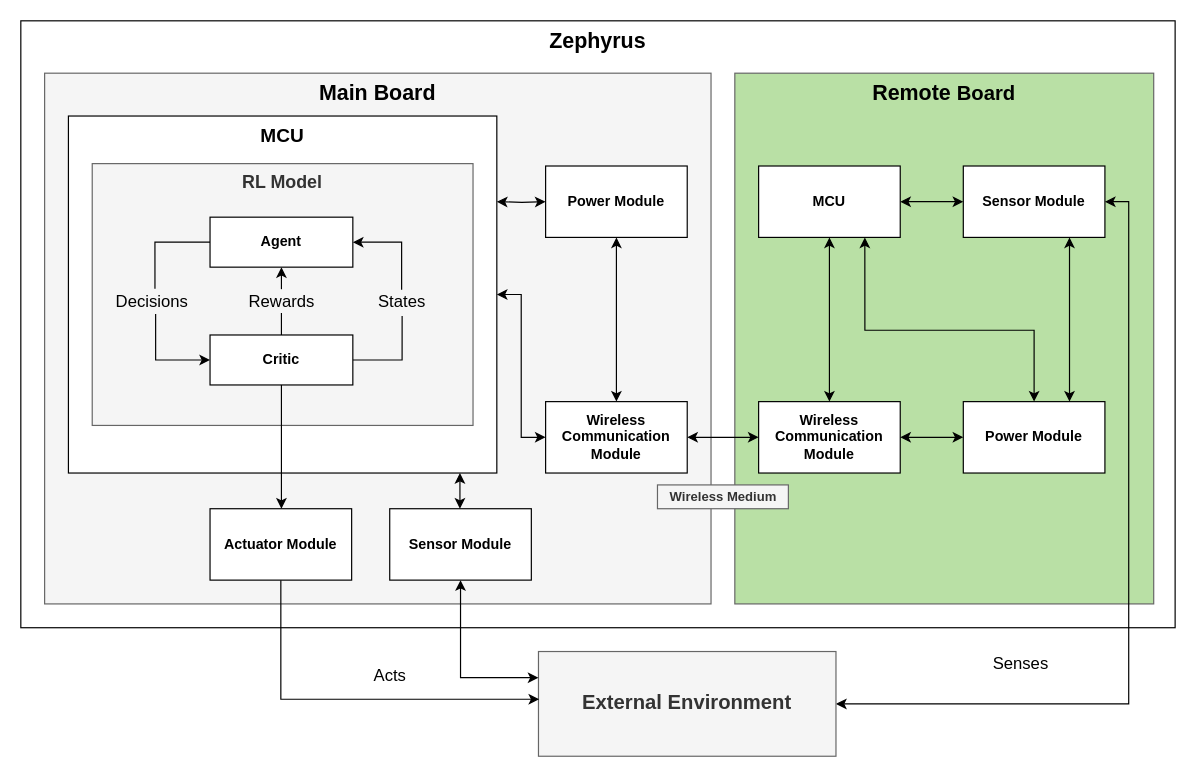
esrg-silent-howl/zephyrus keeps this draw.io diagram as 2. Analysis/1. System Overview/Remote/Remote_OV.drawio. Above is the earlier version. Source tidied: cells renumbered, new cells numbered last; positions are measured from the earlier drawing's top-left corner, leaving out a move shared by most shapes. Both pictures are drawn from the tidied source at 119%, with x=0, y=0 at pixel (20, 20).
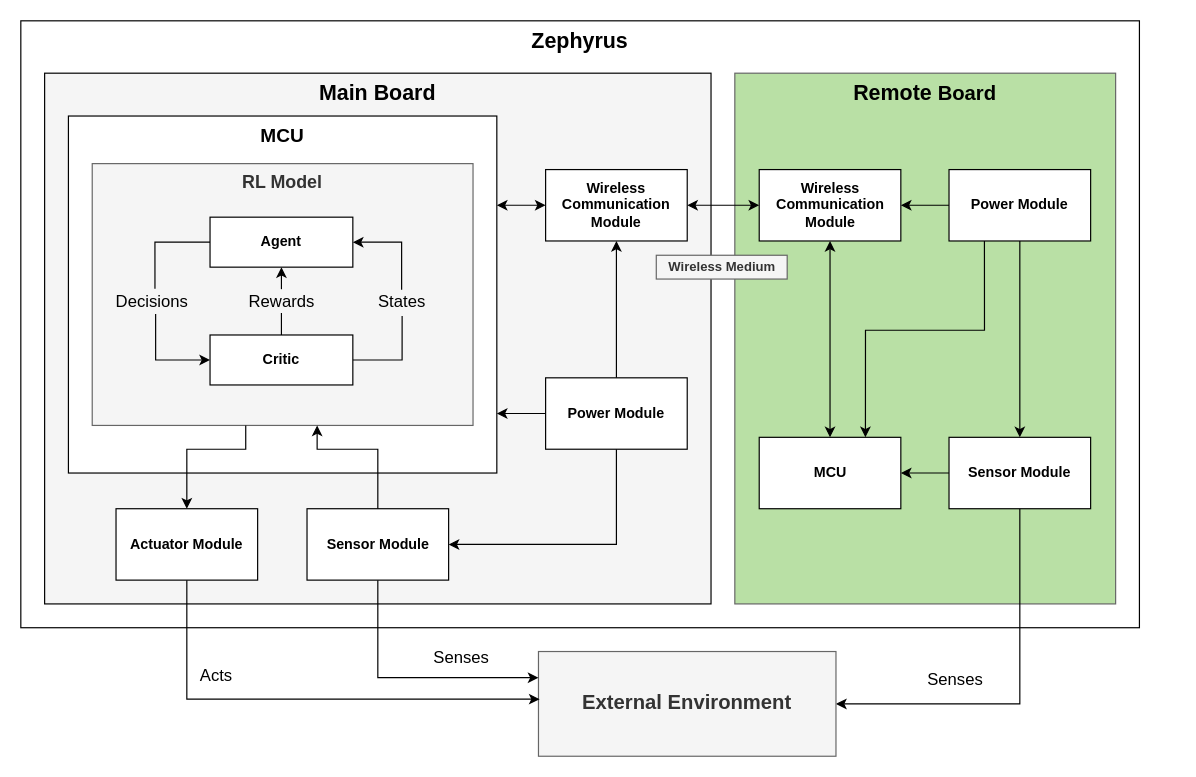
The same page after the edit.

Unchanged cells that the change refers to:
```xml
<mxCell id="6" value="&lt;b&gt;&lt;font style=&quot;font-size: 16px&quot;&gt;MCU&lt;/font&gt;&lt;/b&gt;" style="rounded=0;whiteSpace=wrap;html=1;verticalAlign=top;" parent="1" vertex="1">
  <mxGeometry x="40" y="80" width="360" height="300" as="geometry" />
</mxCell>
<mxCell id="10" value="&lt;span style=&quot;font-size: 17px&quot;&gt;&lt;b&gt;External Environment&lt;/b&gt;&lt;/span&gt;" style="rounded=0;whiteSpace=wrap;html=1;fillColor=#f5f5f5;strokeColor=#666666;fontColor=#333333;" parent="1" vertex="1">
  <mxGeometry x="435" y="530" width="250" height="88" as="geometry" />
</mxCell>
<mxCell id="14" value="&lt;b&gt;Critic&lt;/b&gt;" style="rounded=0;whiteSpace=wrap;html=1;" parent="1" vertex="1">
  <mxGeometry x="159" y="264" width="120" height="42" as="geometry" />
</mxCell>
```

Change to the diagram source:
```diff
@@
     <mxCell id="2" value="&lt;b style=&quot;white-space: normal ; font-size: 18px&quot;&gt;Zephyrus&lt;/b&gt;" style="rounded=0;whiteSpace=wrap;html=1;verticalAlign=top;" parent="1" vertex="1">
-      <mxGeometry width="970" height="510" as="geometry" />
+      <mxGeometry width="940" height="510" as="geometry" />
     </mxCell>
-    <mxCell id="3" value="&lt;b style=&quot;color: rgb(0 , 0 , 0) ; font-size: 18px ; white-space: normal&quot;&gt;Remote&amp;nbsp;&lt;/b&gt;&lt;b style=&quot;color: rgb(0 , 0 , 0) ; white-space: normal ; font-size: 17px&quot;&gt;Board&lt;/b&gt;" style="rounded=0;whiteSpace=wrap;html=1;fillColor=#B9E0A5;strokeColor=#666666;fontColor=#333333;verticalAlign=top;" parent="1" vertex="1">
-      <mxGeometry x="600" y="44" width="352" height="446" as="geometry" />
+    <mxCell id="3" value="&lt;b style=&quot;color: rgb(0 , 0 , 0) ; font-size: 18px ; white-space: normal&quot;&gt;Remote&amp;nbsp;&lt;/b&gt;&lt;b style=&quot;color: rgb(0 , 0 , 0) ; white-space: normal ; font-size: 17px&quot;&gt;Board&lt;/b&gt;" style="rounded=0;whiteSpace=wrap;html=1;fontColor=#333333;verticalAlign=top;fillColor=#B9E0A5;strokeColor=#666666;" parent="1" vertex="1">
+      <mxGeometry x="600" y="44" width="320" height="446" as="geometry" />
     </mxCell>
-    <mxCell id="4" value="&lt;font color=&quot;#000000&quot;&gt;&lt;span style=&quot;font-size: 18px&quot;&gt;&lt;b&gt;Main Board&lt;/b&gt;&lt;/span&gt;&lt;/font&gt;" style="rounded=0;whiteSpace=wrap;html=1;fillColor=#f5f5f5;strokeColor=#666666;verticalAlign=top;fontColor=#333333;" parent="1" vertex="1">
+    <mxCell id="4" value="&lt;font color=&quot;#000000&quot;&gt;&lt;span style=&quot;font-size: 18px&quot;&gt;&lt;b&gt;Main Board&lt;/b&gt;&lt;/span&gt;&lt;/font&gt;" style="rounded=0;whiteSpace=wrap;html=1;fillColor=#f5f5f5;strokeColor=#000000;verticalAlign=top;fontColor=#333333;" parent="1" vertex="1">
       <mxGeometry x="20" y="44" width="560" height="446" as="geometry" />
     </mxCell>
-    <mxCell id="5" style="edgeStyle=orthogonalEdgeStyle;rounded=0;jettySize=auto;html=1;entryX=0;entryY=0.5;entryDx=0;entryDy=0;startArrow=classic;startFill=1;endArrow=classic;endFill=1;" parent="1" edge="1" target="38">
-      <mxGeometry relative="1" as="geometry">
-        <mxPoint x="400" y="152" as="sourcePoint" />
-      </mxGeometry>
-    </mxCell>
+    <mxCell id="44" style="edgeStyle=orthogonalEdgeStyle;rounded=0;jettySize=auto;html=1;entryX=0;entryY=0.5;entryDx=0;entryDy=0;startArrow=classic;startFill=1;endArrow=none;endFill=0;" parent="1" edge="1" source="6" target="60">
+      <mxGeometry relative="1" as="geometry">
+        <Array as="points">
+          <mxPoint x="441" y="330" />
+        </Array>
+      </mxGeometry>
+    </mxCell>
@@
     <mxCell id="8" value="&lt;font style=&quot;font-size: 11px&quot;&gt;&lt;b&gt;Wireless Medium&lt;/b&gt;&lt;/font&gt;" style="text;html=1;align=center;verticalAlign=middle;fillColor=#f5f5f5;strokeColor=#666666;fontColor=#333333;" parent="1" vertex="1">
-      <mxGeometry x="535" y="390" width="110" height="20" as="geometry" />
+      <mxGeometry x="534" y="197" width="110" height="20" as="geometry" />
     </mxCell>
-    <mxCell id="9" style="edgeStyle=orthogonalEdgeStyle;rounded=0;jettySize=auto;html=1;exitX=1;exitY=0.5;exitDx=0;exitDy=0;entryX=1;entryY=0.5;entryDx=0;entryDy=0;startArrow=classic;startFill=1;" parent="1" edge="1" source="10" target="40">
-      <mxGeometry relative="1" as="geometry" />
-    </mxCell>
+    <mxCell id="45" style="edgeStyle=orthogonalEdgeStyle;rounded=0;jettySize=auto;html=1;exitX=1;exitY=0.5;exitDx=0;exitDy=0;entryX=0.5;entryY=1;entryDx=0;entryDy=0;startArrow=classic;startFill=1;endArrow=none;endFill=0;" parent="1" edge="1" source="10" target="62">
+      <mxGeometry relative="1" as="geometry" />
+    </mxCell>
@@
-    <mxCell id="11" value="&lt;font style=&quot;font-size: 14px&quot;&gt;Senses&lt;/font&gt;" style="text;html=1;align=center;verticalAlign=middle;" parent="1" vertex="1">
-      <mxGeometry x="810" y="530" width="60" height="20" as="geometry" />
-    </mxCell>
+    <mxCell id="46" value="&lt;font style=&quot;font-size: 14px&quot;&gt;Senses&lt;/font&gt;" style="text;html=1;align=center;verticalAlign=middle;" parent="1" vertex="1">
+      <mxGeometry x="754.5" y="544" width="60" height="20" as="geometry" />
+    </mxCell>
@@
     <mxCell id="17" value="&lt;font style=&quot;font-size: 14px&quot;&gt;Acts&lt;br&gt;&lt;/font&gt;" style="text;html=1;align=center;verticalAlign=middle;" parent="1" vertex="1">
-      <mxGeometry x="290" y="540" width="40" height="20" as="geometry" />
+      <mxGeometry x="144" y="540" width="40" height="20" as="geometry" />
     </mxCell>
@@
-    <mxCell id="24" style="edgeStyle=orthogonalEdgeStyle;rounded=0;jettySize=auto;html=1;exitX=0.5;exitY=0;exitDx=0;exitDy=0;entryX=0.5;entryY=1;entryDx=0;entryDy=0;startArrow=classic;startFill=1;endArrow=none;endFill=0;" parent="1" edge="1" source="26" target="14">
-      <mxGeometry relative="1" as="geometry">
-        <Array as="points">
-          <mxPoint x="219" y="306" />
-        </Array>
-      </mxGeometry>
-    </mxCell>
-    <mxCell id="25" style="edgeStyle=orthogonalEdgeStyle;rounded=0;jettySize=auto;html=1;exitX=0.5;exitY=1;exitDx=0;exitDy=0;startArrow=none;startFill=0;endArrow=classic;endFill=1;" parent="1" edge="1" source="26">
-      <mxGeometry relative="1" as="geometry">
-        <mxPoint x="435.6" y="570.1" as="targetPoint" />
-        <Array as="points">
-          <mxPoint x="218" y="570" />
-          <mxPoint x="436" y="570" />
-        </Array>
-      </mxGeometry>
-    </mxCell>
+    <mxCell id="47" style="edgeStyle=orthogonalEdgeStyle;rounded=0;jettySize=auto;html=1;exitX=0.5;exitY=0;exitDx=0;exitDy=0;startArrow=classic;startFill=1;endArrow=none;endFill=0;" parent="1" edge="1" source="26">
+      <mxGeometry relative="1" as="geometry">
+        <mxPoint x="189" y="340" as="targetPoint" />
+        <Array as="points">
+          <mxPoint x="140" y="360" />
+          <mxPoint x="189" y="360" />
+        </Array>
+      </mxGeometry>
+    </mxCell>
+    <mxCell id="48" style="edgeStyle=orthogonalEdgeStyle;rounded=0;jettySize=auto;html=1;exitX=0.5;exitY=1;exitDx=0;exitDy=0;startArrow=none;startFill=0;endArrow=classic;endFill=1;" parent="1" edge="1" source="26">
+      <mxGeometry relative="1" as="geometry">
+        <mxPoint x="436" y="570" as="targetPoint" />
+        <Array as="points">
+          <mxPoint x="218" y="570" />
+          <mxPoint x="436" y="570" />
+        </Array>
+      </mxGeometry>
+    </mxCell>
     <mxCell id="26" value="&lt;b&gt;Actuator Module&lt;/b&gt;" style="rounded=0;whiteSpace=wrap;html=1;" parent="1" vertex="1">
-      <mxGeometry x="159" y="410" width="119" height="60" as="geometry" />
+      <mxGeometry x="80" y="410" width="119" height="60" as="geometry" />
     </mxCell>
-    <mxCell id="27" style="edgeStyle=orthogonalEdgeStyle;rounded=0;jettySize=auto;html=1;exitX=0.75;exitY=1;exitDx=0;exitDy=0;startArrow=classic;startFill=1;endArrow=classic;endFill=1;entryX=0.5;entryY=0;entryDx=0;entryDy=0;" parent="1" edge="1" source="29" target="36">
-      <mxGeometry relative="1" as="geometry">
-        <Array as="points">
-          <mxPoint x="709" y="260" />
-          <mxPoint x="852" y="260" />
-        </Array>
-      </mxGeometry>
-    </mxCell>
-    <mxCell id="28" style="edgeStyle=orthogonalEdgeStyle;rounded=0;jettySize=auto;html=1;exitX=1;exitY=0.5;exitDx=0;exitDy=0;entryX=0;entryY=0.5;entryDx=0;entryDy=0;startArrow=classic;startFill=1;" parent="1" edge="1" source="29" target="40">
-      <mxGeometry relative="1" as="geometry" />
-    </mxCell>
+    <mxCell id="49" style="edgeStyle=orthogonalEdgeStyle;rounded=0;jettySize=auto;html=1;exitX=0.75;exitY=0;exitDx=0;exitDy=0;startArrow=classic;startFill=1;endArrow=none;endFill=0;entryX=0.25;entryY=1;entryDx=0;entryDy=0;" parent="1" edge="1" source="29" target="57">
+      <mxGeometry relative="1" as="geometry">
+        <Array as="points">
+          <mxPoint x="710" y="260" />
+          <mxPoint x="810" y="260" />
+        </Array>
+      </mxGeometry>
+    </mxCell>
+    <mxCell id="50" style="edgeStyle=orthogonalEdgeStyle;rounded=0;jettySize=auto;html=1;exitX=1;exitY=0.5;exitDx=0;exitDy=0;entryX=0;entryY=0.5;entryDx=0;entryDy=0;startArrow=classic;startFill=1;endArrow=none;endFill=0;" parent="1" edge="1" source="29" target="62">
+      <mxGeometry relative="1" as="geometry" />
+    </mxCell>
     <mxCell id="29" value="&lt;b&gt;&lt;font style=&quot;font-size: 12px&quot;&gt;MCU&lt;/font&gt;&lt;/b&gt;" style="rounded=0;whiteSpace=wrap;html=1;" parent="1" vertex="1">
-      <mxGeometry x="620" y="122" width="119" height="60" as="geometry" />
+      <mxGeometry x="620.5" y="350" width="119" height="60" as="geometry" />
     </mxCell>
-    <mxCell id="30" value="&lt;b&gt;Wireless Communication Module&lt;/b&gt;" style="rounded=0;whiteSpace=wrap;html=1;" parent="1" vertex="1">
-      <mxGeometry x="620" y="320" width="119" height="60" as="geometry" />
-    </mxCell>
-    <mxCell id="31" style="edgeStyle=orthogonalEdgeStyle;rounded=0;jettySize=auto;html=1;exitX=0.5;exitY=1;exitDx=0;exitDy=0;entryX=0.5;entryY=0;entryDx=0;entryDy=0;startArrow=classic;startFill=1;endArrow=classic;endFill=1;" parent="1" edge="1" source="29" target="30">
-      <mxGeometry relative="1" as="geometry" />
-    </mxCell>
-    <mxCell id="32" style="edgeStyle=orthogonalEdgeStyle;rounded=0;jettySize=auto;html=1;exitX=0;exitY=0.5;exitDx=0;exitDy=0;entryX=1;entryY=0.5;entryDx=0;entryDy=0;startArrow=classic;startFill=1;endArrow=classic;endFill=1;" parent="1" edge="1" source="34" target="6">
-      <mxGeometry relative="1" as="geometry" />
-    </mxCell>
-    <mxCell id="33" style="edgeStyle=orthogonalEdgeStyle;rounded=0;jettySize=auto;html=1;exitX=1;exitY=0.5;exitDx=0;exitDy=0;entryX=0;entryY=0.5;entryDx=0;entryDy=0;startArrow=classic;startFill=1;" parent="1" edge="1" source="34" target="30">
-      <mxGeometry relative="1" as="geometry" />
-    </mxCell>
-    <mxCell id="34" value="&lt;b&gt;Wireless Communication Module&lt;/b&gt;" style="rounded=0;whiteSpace=wrap;html=1;" parent="1" vertex="1">
-      <mxGeometry x="441" y="320" width="119" height="60" as="geometry" />
-    </mxCell>
-    <mxCell id="35" style="edgeStyle=orthogonalEdgeStyle;rounded=0;jettySize=auto;html=1;exitX=0;exitY=0.5;exitDx=0;exitDy=0;entryX=1;entryY=0.5;entryDx=0;entryDy=0;startArrow=classic;startFill=1;" parent="1" edge="1" source="36" target="30">
-      <mxGeometry relative="1" as="geometry" />
-    </mxCell>
-    <mxCell id="36" value="&lt;b&gt;Power Module&lt;/b&gt;" style="rounded=0;whiteSpace=wrap;html=1;" parent="1" vertex="1">
-      <mxGeometry x="792" y="320" width="119" height="60" as="geometry" />
-    </mxCell>
-    <mxCell id="37" style="edgeStyle=orthogonalEdgeStyle;rounded=0;jettySize=auto;html=1;exitX=0.5;exitY=1;exitDx=0;exitDy=0;startArrow=classic;startFill=1;endArrow=classic;endFill=1;" parent="1" edge="1" source="38" target="34">
-      <mxGeometry relative="1" as="geometry" />
-    </mxCell>
-    <mxCell id="38" value="&lt;b&gt;Power Module&lt;/b&gt;" style="rounded=0;whiteSpace=wrap;html=1;" parent="1" vertex="1">
-      <mxGeometry x="441" y="122" width="119" height="60" as="geometry" />
-    </mxCell>
-    <mxCell id="39" style="edgeStyle=orthogonalEdgeStyle;rounded=0;jettySize=auto;html=1;exitX=0.75;exitY=1;exitDx=0;exitDy=0;entryX=0.75;entryY=0;entryDx=0;entryDy=0;startArrow=classic;startFill=1;" parent="1" edge="1" source="40" target="36">
-      <mxGeometry relative="1" as="geometry" />
-    </mxCell>
-    <mxCell id="40" value="&lt;b&gt;Sensor Module&lt;/b&gt;" style="rounded=0;whiteSpace=wrap;html=1;" parent="1" vertex="1">
-      <mxGeometry x="792" y="122" width="119" height="60" as="geometry" />
-    </mxCell>
-    <mxCell id="41" style="edgeStyle=orthogonalEdgeStyle;rounded=0;jettySize=auto;html=1;exitX=0.5;exitY=1;exitDx=0;exitDy=0;entryX=0;entryY=0.25;entryDx=0;entryDy=0;startArrow=classic;startFill=1;" parent="1" edge="1" source="42" target="10">
-      <mxGeometry relative="1" as="geometry" />
-    </mxCell>
-    <mxCell id="42" value="&lt;b&gt;Sensor Module&lt;/b&gt;" style="rounded=0;whiteSpace=wrap;html=1;" parent="1" vertex="1">
-      <mxGeometry x="310" y="410" width="119" height="60" as="geometry" />
-    </mxCell>
-    <mxCell id="43" style="endArrow=classic;html=1;startArrow=classic;startFill=1;" parent="1" edge="1">
-      <mxGeometry relative="1" as="geometry">
-        <mxPoint x="369" y="410" as="sourcePoint" />
-        <mxPoint x="369" y="380" as="targetPoint" />
-      </mxGeometry>
-    </mxCell>
+    <mxCell id="51" value="&lt;b&gt;Wireless Communication Module&lt;/b&gt;" style="rounded=0;whiteSpace=wrap;html=1;" parent="1" vertex="1">
+      <mxGeometry x="620.5" y="125" width="119" height="60" as="geometry" />
+    </mxCell>
+    <mxCell id="52" style="edgeStyle=orthogonalEdgeStyle;rounded=0;jettySize=auto;html=1;exitX=0.5;exitY=0;exitDx=0;exitDy=0;entryX=0.5;entryY=1;entryDx=0;entryDy=0;startArrow=classic;startFill=1;endArrow=classic;endFill=1;" parent="1" edge="1" source="29" target="51">
+      <mxGeometry relative="1" as="geometry" />
+    </mxCell>
+    <mxCell id="53" style="edgeStyle=orthogonalEdgeStyle;rounded=0;jettySize=auto;html=1;exitX=0;exitY=0.5;exitDx=0;exitDy=0;entryX=1;entryY=0.25;entryDx=0;entryDy=0;startArrow=classic;startFill=1;endArrow=classic;endFill=1;" parent="1" edge="1" source="55" target="6">
+      <mxGeometry relative="1" as="geometry" />
+    </mxCell>
+    <mxCell id="54" style="edgeStyle=orthogonalEdgeStyle;rounded=0;jettySize=auto;html=1;exitX=1;exitY=0.5;exitDx=0;exitDy=0;entryX=0;entryY=0.5;entryDx=0;entryDy=0;startArrow=classic;startFill=1;" parent="1" edge="1" source="55" target="51">
+      <mxGeometry relative="1" as="geometry" />
+    </mxCell>
+    <mxCell id="55" value="&lt;b&gt;Wireless Communication Module&lt;/b&gt;" style="rounded=0;whiteSpace=wrap;html=1;" parent="1" vertex="1">
+      <mxGeometry x="441" y="125" width="119" height="60" as="geometry" />
+    </mxCell>
+    <mxCell id="56" style="edgeStyle=orthogonalEdgeStyle;rounded=0;jettySize=auto;html=1;exitX=0;exitY=0.5;exitDx=0;exitDy=0;entryX=1;entryY=0.5;entryDx=0;entryDy=0;startArrow=none;startFill=0;endArrow=classic;endFill=1;" parent="1" edge="1" source="57" target="51">
+      <mxGeometry relative="1" as="geometry" />
+    </mxCell>
+    <mxCell id="57" value="&lt;b&gt;Power Module&lt;/b&gt;" style="rounded=0;whiteSpace=wrap;html=1;" parent="1" vertex="1">
+      <mxGeometry x="780" y="125" width="119" height="60" as="geometry" />
+    </mxCell>
+    <mxCell id="58" style="edgeStyle=orthogonalEdgeStyle;rounded=0;jettySize=auto;html=1;startArrow=none;startFill=0;endArrow=classic;endFill=1;" parent="1" edge="1" source="60" target="55">
+      <mxGeometry relative="1" as="geometry" />
+    </mxCell>
+    <mxCell id="59" style="edgeStyle=orthogonalEdgeStyle;rounded=0;jettySize=auto;html=1;entryX=1;entryY=0.5;entryDx=0;entryDy=0;startArrow=none;startFill=0;endArrow=classic;endFill=1;" parent="1" edge="1" source="60" target="64">
+      <mxGeometry relative="1" as="geometry">
+        <Array as="points">
+          <mxPoint x="500" y="440" />
+        </Array>
+      </mxGeometry>
+    </mxCell>
+    <mxCell id="60" value="&lt;b&gt;Power Module&lt;/b&gt;" style="rounded=0;whiteSpace=wrap;html=1;" parent="1" vertex="1">
+      <mxGeometry x="441" y="300" width="119" height="60" as="geometry" />
+    </mxCell>
+    <mxCell id="61" style="edgeStyle=orthogonalEdgeStyle;rounded=0;jettySize=auto;html=1;exitX=0.5;exitY=0;exitDx=0;exitDy=0;entryX=0.5;entryY=1;entryDx=0;entryDy=0;startArrow=classic;startFill=1;endArrow=none;endFill=0;" parent="1" edge="1" source="62" target="57">
+      <mxGeometry relative="1" as="geometry" />
+    </mxCell>
+    <mxCell id="62" value="&lt;b&gt;Sensor Module&lt;/b&gt;" style="rounded=0;whiteSpace=wrap;html=1;" parent="1" vertex="1">
+      <mxGeometry x="780" y="350" width="119" height="60" as="geometry" />
+    </mxCell>
+    <mxCell id="63" style="edgeStyle=orthogonalEdgeStyle;rounded=0;jettySize=auto;html=1;exitX=0.5;exitY=1;exitDx=0;exitDy=0;entryX=0;entryY=0.25;entryDx=0;entryDy=0;startArrow=none;startFill=0;endArrow=classic;endFill=1;" parent="1" edge="1" source="64" target="10">
+      <mxGeometry relative="1" as="geometry" />
+    </mxCell>
+    <mxCell id="64" value="&lt;b&gt;Sensor Module&lt;/b&gt;" style="rounded=0;whiteSpace=wrap;html=1;" parent="1" vertex="1">
+      <mxGeometry x="240.5" y="410" width="119" height="60" as="geometry" />
+    </mxCell>
+    <mxCell id="65" style="endArrow=classic;html=1;startArrow=none;startFill=0;edgeStyle=orthogonalEdgeStyle;rounded=0;" parent="1" edge="1">
+      <mxGeometry relative="1" as="geometry">
+        <mxPoint x="300" y="410" as="sourcePoint" />
+        <mxPoint x="249" y="340" as="targetPoint" />
+        <Array as="points">
+          <mxPoint x="300" y="360" />
+          <mxPoint x="249" y="360" />
+        </Array>
+      </mxGeometry>
+    </mxCell>
+    <mxCell id="66" value="&lt;font style=&quot;font-size: 14px&quot;&gt;Senses&lt;/font&gt;" style="text;html=1;align=center;verticalAlign=middle;" parent="1" vertex="1">
+      <mxGeometry x="340" y="525" width="60" height="20" as="geometry" />
+    </mxCell>
```
